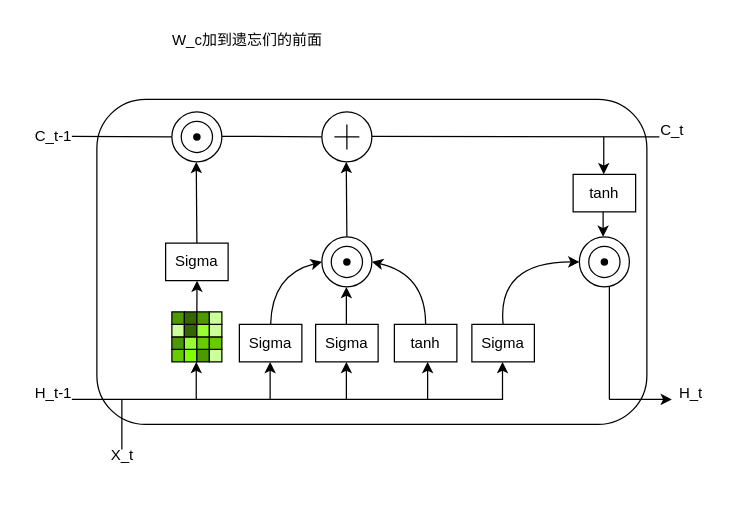
The draw.io diagram lstm.drawio in hzb29/hzb29, before the edit. Source tidied: cells renumbered, new cells numbered last; positions are measured from the earlier drawing's top-left corner, leaving out a move shared by most shapes. Both pictures are drawn from the tidied source at 125%, with x=0, y=0 at pixel (21, 21).
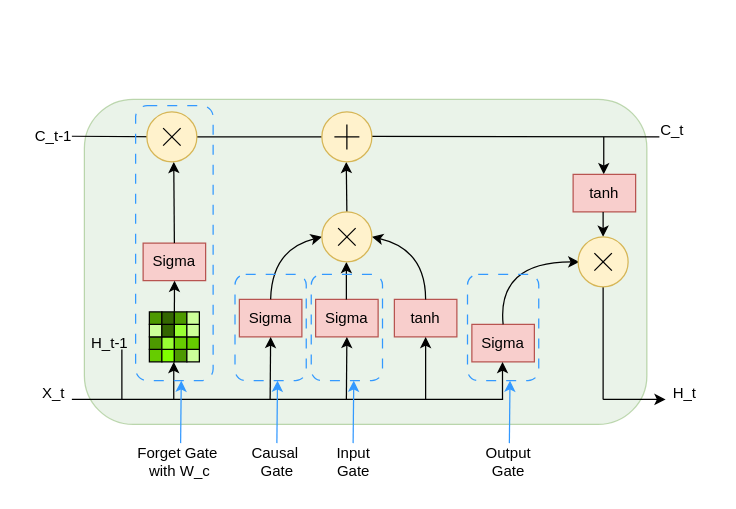
The same diagram, later.

The change refers to these unchanged cells:
```xml
<mxCell id="62" style="whiteSpace=wrap;html=1;fillColor=#4D9900;" parent="47" vertex="1">
  <mxGeometry x="20" width="10" height="10" as="geometry" />
</mxCell>
```

The edit, as a diff of the source:
```diff
@@
-    <mxCell id="2" style="rounded=1;whiteSpace=wrap;html=1;" parent="1" vertex="1">
-      <mxGeometry x="60" y="62" width="440" height="260" as="geometry" />
+    <mxCell id="2" style="rounded=1;whiteSpace=wrap;html=1;fillColor=#d5e8d4;strokeColor=#82b366;opacity=50;" parent="1" vertex="1">
+      <mxGeometry x="50" y="62" width="450" height="260" as="geometry" />
     </mxCell>
-    <mxCell id="3" style="group;" parent="1" vertex="1">
-      <mxGeometry x="120" y="72" width="40" height="40" as="geometry" />
-    </mxCell>
-    <mxCell id="4" style="ellipse;whiteSpace=wrap;html=1;" parent="3" vertex="1">
-      <mxGeometry width="40" height="40" as="geometry" />
-    </mxCell>
-    <mxCell id="5" style="ellipse;whiteSpace=wrap;html=1;" parent="3" vertex="1">
-      <mxGeometry x="7.5" y="7.5" width="25" height="25" as="geometry" />
-    </mxCell>
-    <mxCell id="6" style="shape=waypoint;sketch=0;size=6;fillColor=none;perimeter=centerPerimeter;" parent="3" vertex="1">
-      <mxGeometry x="10" y="10" width="20" height="20" as="geometry" />
-    </mxCell>
     <mxCell id="7" style="endArrow=none;html=1;rounded=0;" parent="1" edge="1">
       <mxGeometry relative="1" as="geometry">
-        <mxPoint x="160" y="91.5" as="sourcePoint" />
+        <mxPoint x="140" y="92" as="sourcePoint" />
         <mxPoint x="240" y="92" as="targetPoint" />
       </mxGeometry>
     </mxCell>
-    <mxCell id="8" style="group;" parent="1" vertex="1">
-      <mxGeometry x="240" y="72" width="40" height="40" as="geometry" />
-    </mxCell>
-    <mxCell id="9" style="ellipse;whiteSpace=wrap;html=1;" parent="8" vertex="1">
-      <mxGeometry width="40" height="40" as="geometry" />
-    </mxCell>
-    <mxCell id="10" style="group;strokeWidth=2;" parent="8" vertex="1">
-      <mxGeometry x="10" y="10" width="20" height="20" as="geometry" />
-    </mxCell>
-    <mxCell id="11" style="endArrow=none;dashed=1;html=1;rounded=0;" parent="10" edge="1">
-      <mxGeometry relative="1" as="geometry">
-        <mxPoint y="10" as="sourcePoint" />
-        <mxPoint y="10" as="targetPoint" />
-      </mxGeometry>
-    </mxCell>
-    <mxCell id="12" style="endArrow=none;html=1;rounded=0;" parent="10" edge="1">
-      <mxGeometry relative="1" as="geometry">
-        <mxPoint y="10" as="sourcePoint" />
-        <mxPoint x="20" y="10" as="targetPoint" />
-      </mxGeometry>
-    </mxCell>
-    <mxCell id="13" style="endArrow=none;html=1;rounded=0;" parent="10" edge="1">
-      <mxGeometry relative="1" as="geometry">
-        <mxPoint x="10" y="20" as="sourcePoint" />
-        <mxPoint x="10" as="targetPoint" />
-      </mxGeometry>
-    </mxCell>
@@
-    <mxCell id="15" value="Sigma" style="rounded=0;whiteSpace=wrap;html=1;" parent="1" vertex="1">
-      <mxGeometry x="115" y="177" width="50" height="30" as="geometry" />
+    <mxCell id="15" value="Sigma" style="rounded=0;whiteSpace=wrap;html=1;fillColor=#f8cecc;strokeColor=#b85450;" parent="1" vertex="1">
+      <mxGeometry x="97" y="177" width="50" height="30" as="geometry" />
     </mxCell>
-    <mxCell id="16" value="Sigma" style="rounded=0;whiteSpace=wrap;html=1;" parent="1" vertex="1">
-      <mxGeometry x="235" y="242" width="50" height="30" as="geometry" />
+    <mxCell id="16" value="Sigma" style="rounded=0;whiteSpace=wrap;html=1;fillColor=#f8cecc;strokeColor=#b85450;" parent="1" vertex="1">
+      <mxGeometry x="235" y="222" width="50" height="30" as="geometry" />
     </mxCell>
-    <mxCell id="17" value="Sigma" style="rounded=0;whiteSpace=wrap;html=1;" parent="1" vertex="1">
+    <mxCell id="17" value="Sigma" style="rounded=0;whiteSpace=wrap;html=1;fillColor=#f8cecc;strokeColor=#b85450;" parent="1" vertex="1">
       <mxGeometry x="360" y="242" width="50" height="30" as="geometry" />
     </mxCell>
-    <mxCell id="18" value="tanh" style="rounded=0;whiteSpace=wrap;html=1;" parent="1" vertex="1">
-      <mxGeometry x="298" y="242" width="50" height="30" as="geometry" />
+    <mxCell id="18" value="tanh" style="rounded=0;whiteSpace=wrap;html=1;fillColor=#f8cecc;strokeColor=#b85450;" parent="1" vertex="1">
+      <mxGeometry x="298" y="222" width="50" height="30" as="geometry" />
     </mxCell>
     <mxCell id="19" style="endArrow=classic;html=1;rounded=0;exitX=0.5;exitY=0;exitDx=0;exitDy=0;" parent="1" edge="1" source="15">
       <mxGeometry relative="1" as="geometry">
-        <mxPoint x="139.5" y="112" as="targetPoint" />
+        <mxPoint x="121.5" y="112" as="targetPoint" />
       </mxGeometry>
     </mxCell>
-    <mxCell id="20" style="group;" parent="1" vertex="1">
-      <mxGeometry x="240" y="172" width="40" height="40" as="geometry" />
-    </mxCell>
-    <mxCell id="21" style="ellipse;whiteSpace=wrap;html=1;" parent="20" vertex="1">
-      <mxGeometry width="40" height="40" as="geometry" />
-    </mxCell>
-    <mxCell id="22" style="ellipse;whiteSpace=wrap;html=1;" parent="20" vertex="1">
-      <mxGeometry x="7.5" y="7.5" width="25" height="25" as="geometry" />
-    </mxCell>
-    <mxCell id="23" style="shape=waypoint;sketch=0;size=6;fillColor=none;perimeter=centerPerimeter;" parent="20" vertex="1">
-      <mxGeometry x="10" y="10" width="20" height="20" as="geometry" />
-    </mxCell>
-    <mxCell id="24" style="curved=1;endArrow=classic;html=1;rounded=0;exitX=0.5;exitY=0;exitDx=0;exitDy=0;" parent="1" edge="1" source="18">
+    <mxCell id="24" style="curved=1;endArrow=classic;html=1;rounded=0;exitX=0.5;exitY=0;exitDx=0;exitDy=0;entryX=1;entryY=0.5;entryDx=0;entryDy=0;" parent="1" edge="1" source="18">
       <mxGeometry relative="1" as="geometry">
-        <mxPoint x="280" y="192" as="targetPoint" />
+        <mxPoint x="280" y="172" as="targetPoint" />
         <Array as="points">
-          <mxPoint x="323" y="202" />
+          <mxPoint x="323" y="182" />
         </Array>
       </mxGeometry>
     </mxCell>
-    <mxCell id="25" style="endArrow=classic;html=1;rounded=0;exitX=0.5;exitY=0;exitDx=0;exitDy=0;" parent="1" edge="1" source="21">
+    <mxCell id="25" style="endArrow=classic;html=1;rounded=0;" parent="1" edge="1">
       <mxGeometry relative="1" as="geometry">
+        <mxPoint x="260" y="152" as="sourcePoint" />
         <mxPoint x="259.5" y="112" as="targetPoint" />
       </mxGeometry>
     </mxCell>
@@
-    <mxCell id="27" value="tanh" style="rounded=0;whiteSpace=wrap;html=1;" parent="1" vertex="1">
+    <mxCell id="27" value="tanh" style="rounded=0;whiteSpace=wrap;html=1;fillColor=#f8cecc;strokeColor=#b85450;" parent="1" vertex="1">
       <mxGeometry x="441" y="122" width="50" height="30" as="geometry" />
     </mxCell>
-    <mxCell id="28" style="group;" parent="1" vertex="1">
-      <mxGeometry x="446" y="172" width="40" height="40" as="geometry" />
-    </mxCell>
-    <mxCell id="29" style="ellipse;whiteSpace=wrap;html=1;" parent="28" vertex="1">
-      <mxGeometry width="40" height="40" as="geometry" />
-    </mxCell>
-    <mxCell id="30" style="ellipse;whiteSpace=wrap;html=1;" parent="28" vertex="1">
-      <mxGeometry x="7.5" y="7.5" width="25" height="25" as="geometry" />
-    </mxCell>
-    <mxCell id="31" style="shape=waypoint;sketch=0;size=6;fillColor=none;perimeter=centerPerimeter;" parent="28" vertex="1">
-      <mxGeometry x="10" y="10" width="20" height="20" as="geometry" />
-    </mxCell>
-    <mxCell id="32" style="curved=1;endArrow=classic;html=1;rounded=0;entryX=0;entryY=0.5;entryDx=0;entryDy=0;exitX=0.5;exitY=0;exitDx=0;exitDy=0;" parent="1" edge="1" source="17" target="29">
+    <mxCell id="32" style="curved=1;endArrow=classic;html=1;rounded=0;entryX=0;entryY=0.5;entryDx=0;entryDy=0;exitX=0.5;exitY=0;exitDx=0;exitDy=0;" parent="1" edge="1" source="17">
       <mxGeometry relative="1" as="geometry">
+        <mxPoint x="446" y="192" as="targetPoint" />
         <Array as="points">
           <mxPoint x="380" y="192" />
         </Array>
       </mxGeometry>
     </mxCell>
@@
     <mxCell id="34" style="endArrow=none;html=1;rounded=0;" parent="1" edge="1">
       <mxGeometry relative="1" as="geometry">
-        <mxPoint x="470" y="302" as="sourcePoint" />
-        <mxPoint x="470" y="212" as="targetPoint" />
+        <mxPoint x="465" y="302" as="sourcePoint" />
+        <mxPoint x="465" y="212" as="targetPoint" />
       </mxGeometry>
     </mxCell>
@@
-    <mxCell id="36" style="endArrow=classic;html=1;rounded=0;" parent="1" edge="1">
+    <mxCell id="36" style="endArrow=classic;html=1;rounded=0;fillColor=#f8cecc;strokeColor=#000000;" parent="1" edge="1">
       <mxGeometry relative="1" as="geometry">
         <mxPoint x="384.5" y="302" as="sourcePoint" />
         <mxPoint x="384.5" y="272" as="targetPoint" />
       </mxGeometry>
     </mxCell>
-    <mxCell id="37" style="endArrow=classic;html=1;rounded=0;" parent="1" edge="1">
+    <mxCell id="37" style="endArrow=classic;html=1;rounded=0;entryX=0.5;entryY=1;entryDx=0;entryDy=0;" parent="1" edge="1" target="18">
       <mxGeometry relative="1" as="geometry">
-        <mxPoint x="324.6" y="302" as="sourcePoint" />
-        <mxPoint x="324.6" y="272" as="targetPoint" />
+        <mxPoint x="323" y="302" as="sourcePoint" />
       </mxGeometry>
     </mxCell>
-    <mxCell id="38" style="endArrow=classic;html=1;rounded=0;" parent="1" edge="1">
+    <mxCell id="38" style="endArrow=classic;html=1;rounded=0;entryX=0.5;entryY=1;entryDx=0;entryDy=0;fillColor=#f8cecc;strokeColor=#000000;" parent="1" edge="1" target="16">
       <mxGeometry relative="1" as="geometry">
         <mxPoint x="259.6" y="302" as="sourcePoint" />
-        <mxPoint x="259.6" y="272" as="targetPoint" />
       </mxGeometry>
     </mxCell>
     <mxCell id="39" style="endArrow=classic;html=1;rounded=0;" parent="1" edge="1">
       <mxGeometry relative="1" as="geometry">
-        <mxPoint x="139.5" y="302" as="sourcePoint" />
-        <mxPoint x="139.5" y="272" as="targetPoint" />
+        <mxPoint x="121.5" y="302" as="sourcePoint" />
+        <mxPoint x="121.5" y="272" as="targetPoint" />
       </mxGeometry>
     </mxCell>
     <mxCell id="40" style="endArrow=none;html=1;rounded=0;" parent="1" edge="1">
       <mxGeometry relative="1" as="geometry">
-        <mxPoint x="80" y="342" as="sourcePoint" />
-        <mxPoint x="80" y="302" as="targetPoint" />
+        <mxPoint x="80" y="302" as="sourcePoint" />
+        <mxPoint x="80" y="262" as="targetPoint" />
       </mxGeometry>
     </mxCell>
@@
     <mxCell id="43" value="H_t-1" style="text;html=1;align=center;verticalAlign=middle;strokeColor=none;fillColor=none;" parent="1" vertex="1">
-      <mxGeometry y="282" width="50" height="30" as="geometry" />
+      <mxGeometry x="45" y="242" width="50" height="30" as="geometry" />
     </mxCell>
     <mxCell id="44" value="H_t" style="text;html=1;align=center;verticalAlign=middle;points=[];strokeColor=none;fillColor=none;" parent="1" vertex="1">
-      <mxGeometry x="515" y="282" width="40" height="30" as="geometry" />
+      <mxGeometry x="510" y="282" width="40" height="30" as="geometry" />
     </mxCell>
-    <mxCell id="45" style="endArrow=classic;html=1;rounded=0;entryX=0.125;entryY=0.667;entryDx=0;entryDy=0;entryPerimeter=0;" parent="1" edge="1" target="44">
+    <mxCell id="45" style="endArrow=classic;html=1;rounded=0;entryX=0.125;entryY=0.667;entryDx=0;entryDy=0;entryPerimeter=0;" parent="1" edge="1">
       <mxGeometry relative="1" as="geometry">
-        <mxPoint x="470" y="302" as="sourcePoint" />
+        <mxPoint x="465" y="302" as="sourcePoint" />
+        <mxPoint x="515" y="302" as="targetPoint" />
       </mxGeometry>
     </mxCell>
     <mxCell id="46" value="X_t" style="text;html=1;align=center;verticalAlign=middle;strokeColor=none;fillColor=none;" parent="1" vertex="1">
-      <mxGeometry x="60" y="332" width="40" height="30" as="geometry" />
+      <mxGeometry x="5" y="282" width="40" height="30" as="geometry" />
     </mxCell>
     <mxCell id="47" style="group;" parent="1" vertex="1">
-      <mxGeometry x="120" y="232" width="40" height="40" as="geometry" />
+      <mxGeometry x="102" y="232" width="40" height="40" as="geometry" />
     </mxCell>
@@
+    <mxCell id="71" style="rounded=1;whiteSpace=wrap;html=1;dashed=1;dashPattern=8 8;fillColor=none;strokeColor=#3399FF;" parent="1" vertex="1">
+      <mxGeometry x="91" y="67" width="62" height="220" as="geometry" />
+    </mxCell>
@@
-    <mxCell id="65" value="W_c加到遗忘们的前面" style="text;html=1;align=center;verticalAlign=middle;strokeColor=none;fillColor=none;" parent="1" vertex="1">
-      <mxGeometry x="110" width="140" height="30" as="geometry" />
-    </mxCell>
-    <mxCell id="66" value="Sigma" style="rounded=0;whiteSpace=wrap;html=1;" parent="1" vertex="1">
-      <mxGeometry x="174" y="242" width="50" height="30" as="geometry" />
+    <mxCell id="66" value="Sigma" style="rounded=0;whiteSpace=wrap;html=1;fillColor=#f8cecc;strokeColor=#b85450;" parent="1" vertex="1">
+      <mxGeometry x="174" y="222" width="50" height="30" as="geometry" />
     </mxCell>
     <mxCell id="67" style="endArrow=classic;html=1;rounded=0;" parent="1" edge="1">
       <mxGeometry relative="1" as="geometry">
-        <mxPoint x="259.6" y="242" as="sourcePoint" />
-        <mxPoint x="259.6" y="212" as="targetPoint" />
+        <mxPoint x="259.6" y="222" as="sourcePoint" />
+        <mxPoint x="259.6" y="192" as="targetPoint" />
       </mxGeometry>
     </mxCell>
-    <mxCell id="68" style="endArrow=classic;html=1;rounded=0;" parent="1" edge="1">
+    <mxCell id="68" style="endArrow=classic;html=1;rounded=0;entryX=0.5;entryY=1;entryDx=0;entryDy=0;fillColor=#f8cecc;strokeColor=#000000;" parent="1" edge="1" target="66">
       <mxGeometry relative="1" as="geometry">
         <mxPoint x="198.6" y="302" as="sourcePoint" />
-        <mxPoint x="198.6" y="272" as="targetPoint" />
       </mxGeometry>
     </mxCell>
     <mxCell id="69" style="curved=1;endArrow=classic;html=1;rounded=0;exitX=0.5;exitY=0;exitDx=0;exitDy=0;" parent="1" edge="1" source="66">
       <mxGeometry relative="1" as="geometry">
-        <mxPoint x="240" y="192" as="targetPoint" />
+        <mxPoint x="240" y="172" as="targetPoint" />
         <Array as="points">
-          <mxPoint x="200" y="202" />
+          <mxPoint x="200" y="182" />
         </Array>
       </mxGeometry>
     </mxCell>
     <mxCell id="70" style="endArrow=classic;html=1;rounded=0;exitX=0;exitY=0;exitDx=0;exitDy=0;" parent="1" edge="1" source="62">
       <mxGeometry relative="1" as="geometry">
-        <mxPoint x="140.1" y="207" as="targetPoint" />
+        <mxPoint x="122.1" y="207" as="targetPoint" />
       </mxGeometry>
     </mxCell>
+    <mxCell id="72" style="rounded=1;whiteSpace=wrap;html=1;dashed=1;dashPattern=8 8;fillColor=none;strokeColor=#3399FF;" parent="1" vertex="1">
+      <mxGeometry x="170.5" y="202" width="57" height="85" as="geometry" />
+    </mxCell>
+    <mxCell id="73" style="rounded=1;whiteSpace=wrap;html=1;dashed=1;dashPattern=8 8;fillColor=none;strokeColor=#3399FF;" parent="1" vertex="1">
+      <mxGeometry x="231.5" y="202" width="57" height="85" as="geometry" />
+    </mxCell>
+    <mxCell id="74" style="rounded=1;whiteSpace=wrap;html=1;dashed=1;dashPattern=8 8;fillColor=none;strokeColor=#3399FF;" parent="1" vertex="1">
+      <mxGeometry x="356.5" y="202" width="57" height="85" as="geometry" />
+    </mxCell>
+    <mxCell id="75" style="endArrow=classic;html=1;rounded=0;strokeColor=#3399FF;" parent="1" edge="1">
+      <mxGeometry relative="1" as="geometry">
+        <mxPoint x="390" y="337" as="sourcePoint" />
+        <mxPoint x="390.5" y="287" as="targetPoint" />
+      </mxGeometry>
+    </mxCell>
+    <mxCell id="76" style="endArrow=classic;html=1;rounded=0;strokeColor=#3399FF;" parent="1" edge="1">
+      <mxGeometry relative="1" as="geometry">
+        <mxPoint x="265" y="337" as="sourcePoint" />
+        <mxPoint x="265.5" y="287" as="targetPoint" />
+      </mxGeometry>
+    </mxCell>
+    <mxCell id="77" style="endArrow=classic;html=1;rounded=0;strokeColor=#3399FF;" parent="1" edge="1">
+      <mxGeometry relative="1" as="geometry">
+        <mxPoint x="204" y="337" as="sourcePoint" />
+        <mxPoint x="204.5" y="287" as="targetPoint" />
+      </mxGeometry>
+    </mxCell>
+    <mxCell id="78" style="endArrow=classic;html=1;rounded=0;strokeColor=#3399FF;" parent="1" edge="1">
+      <mxGeometry relative="1" as="geometry">
+        <mxPoint x="127" y="337" as="sourcePoint" />
+        <mxPoint x="127.5" y="287" as="targetPoint" />
+      </mxGeometry>
+    </mxCell>
+    <mxCell id="79" value="Forget Gate&amp;nbsp;&lt;div&gt;with W_c&lt;/div&gt;" style="text;html=1;align=center;verticalAlign=middle;strokeColor=none;fillColor=none;" parent="1" vertex="1">
+      <mxGeometry x="80.5" y="332" width="90" height="40" as="geometry" />
+    </mxCell>
+    <mxCell id="80" value="Causal&amp;nbsp;&lt;div&gt;Gate&lt;/div&gt;" style="text;html=1;align=center;verticalAlign=middle;strokeColor=none;fillColor=none;" parent="1" vertex="1">
+      <mxGeometry x="174" y="332" width="60" height="40" as="geometry" />
+    </mxCell>
+    <mxCell id="81" value="Input&lt;br&gt;&lt;div&gt;Gate&lt;/div&gt;" style="text;html=1;align=center;verticalAlign=middle;strokeColor=none;fillColor=none;" parent="1" vertex="1">
+      <mxGeometry x="240" y="332" width="50" height="40" as="geometry" />
+    </mxCell>
+    <mxCell id="82" value="Output&lt;br&gt;&lt;div&gt;Gate&lt;/div&gt;" style="text;html=1;align=center;verticalAlign=middle;strokeColor=none;fillColor=none;" parent="1" vertex="1">
+      <mxGeometry x="358.5" y="332" width="60" height="40" as="geometry" />
+    </mxCell>
+    <mxCell id="9" style="ellipse;whiteSpace=wrap;html=1;fillColor=#fff2cc;strokeColor=#d6b656;" parent="1" vertex="1">
+      <mxGeometry x="240" y="72" width="40" height="40" as="geometry" />
+    </mxCell>
+    <mxCell id="10" style="group;strokeWidth=2;" parent="1" vertex="1">
+      <mxGeometry x="250" y="82" width="20" height="20" as="geometry" />
+    </mxCell>
+    <mxCell id="11" style="endArrow=none;dashed=1;html=1;rounded=0;" parent="10" edge="1">
+      <mxGeometry relative="1" as="geometry">
+        <mxPoint y="10" as="sourcePoint" />
+        <mxPoint y="10" as="targetPoint" />
+      </mxGeometry>
+    </mxCell>
+    <mxCell id="12" style="endArrow=none;html=1;rounded=0;" parent="10" edge="1">
+      <mxGeometry relative="1" as="geometry">
+        <mxPoint y="10" as="sourcePoint" />
+        <mxPoint x="20" y="10" as="targetPoint" />
+      </mxGeometry>
+    </mxCell>
+    <mxCell id="13" style="endArrow=none;html=1;rounded=0;" parent="10" edge="1">
+      <mxGeometry relative="1" as="geometry">
+        <mxPoint x="10" y="20" as="sourcePoint" />
+        <mxPoint x="10" as="targetPoint" />
+      </mxGeometry>
+    </mxCell>
+    <mxCell id="83" style="group;" parent="1" vertex="1">
+      <mxGeometry x="445" y="172" width="40" height="40" as="geometry" />
+    </mxCell>
+    <mxCell id="84" style="ellipse;whiteSpace=wrap;html=1;fillColor=#fff2cc;strokeColor=#d6b656;" parent="83" vertex="1">
+      <mxGeometry width="40" height="40" as="geometry" />
+    </mxCell>
+    <mxCell id="85" style="group;strokeWidth=2;rotation=45;" parent="83" vertex="1">
+      <mxGeometry x="10" y="10" width="20" height="20" as="geometry" />
+    </mxCell>
+    <mxCell id="86" style="endArrow=none;dashed=1;html=1;rounded=0;" parent="85" edge="1">
+      <mxGeometry relative="1" as="geometry">
+        <mxPoint x="3" y="3" as="sourcePoint" />
+        <mxPoint x="3" y="3" as="targetPoint" />
+      </mxGeometry>
+    </mxCell>
+    <mxCell id="87" style="endArrow=none;html=1;rounded=0;" parent="85" edge="1">
+      <mxGeometry relative="1" as="geometry">
+        <mxPoint x="3" y="3" as="sourcePoint" />
+        <mxPoint x="17" y="17" as="targetPoint" />
+      </mxGeometry>
+    </mxCell>
+    <mxCell id="88" style="endArrow=none;html=1;rounded=0;" parent="85" edge="1">
+      <mxGeometry relative="1" as="geometry">
+        <mxPoint x="3" y="17" as="sourcePoint" />
+        <mxPoint x="17" y="3" as="targetPoint" />
+      </mxGeometry>
+    </mxCell>
+    <mxCell id="89" style="group;" parent="1" vertex="1">
+      <mxGeometry x="240" y="152" width="40" height="40" as="geometry" />
+    </mxCell>
+    <mxCell id="90" style="ellipse;whiteSpace=wrap;html=1;fillColor=#fff2cc;strokeColor=#d6b656;" parent="89" vertex="1">
+      <mxGeometry width="40" height="40" as="geometry" />
+    </mxCell>
+    <mxCell id="91" style="group;strokeWidth=2;rotation=45;" parent="89" vertex="1">
+      <mxGeometry x="10" y="10" width="20" height="20" as="geometry" />
+    </mxCell>
+    <mxCell id="92" style="endArrow=none;dashed=1;html=1;rounded=0;" parent="91" edge="1">
+      <mxGeometry relative="1" as="geometry">
+        <mxPoint x="3" y="3" as="sourcePoint" />
+        <mxPoint x="3" y="3" as="targetPoint" />
+      </mxGeometry>
+    </mxCell>
+    <mxCell id="93" style="endArrow=none;html=1;rounded=0;" parent="91" edge="1">
+      <mxGeometry relative="1" as="geometry">
+        <mxPoint x="3" y="3" as="sourcePoint" />
+        <mxPoint x="17" y="17" as="targetPoint" />
+      </mxGeometry>
+    </mxCell>
+    <mxCell id="94" style="endArrow=none;html=1;rounded=0;" parent="91" edge="1">
+      <mxGeometry relative="1" as="geometry">
+        <mxPoint x="3" y="17" as="sourcePoint" />
+        <mxPoint x="17" y="3" as="targetPoint" />
+      </mxGeometry>
+    </mxCell>
+    <mxCell id="95" style="group;" parent="1" vertex="1">
+      <mxGeometry x="100" y="72" width="40" height="40" as="geometry" />
+    </mxCell>
+    <mxCell id="96" style="ellipse;whiteSpace=wrap;html=1;fillColor=#fff2cc;strokeColor=#d6b656;" parent="95" vertex="1">
+      <mxGeometry width="40" height="40" as="geometry" />
+    </mxCell>
+    <mxCell id="97" style="group;strokeWidth=2;rotation=45;" parent="95" vertex="1">
+      <mxGeometry x="10" y="10" width="20" height="20" as="geometry" />
+    </mxCell>
+    <mxCell id="98" style="endArrow=none;dashed=1;html=1;rounded=0;" parent="97" edge="1">
+      <mxGeometry relative="1" as="geometry">
+        <mxPoint x="3" y="3" as="sourcePoint" />
+        <mxPoint x="3" y="3" as="targetPoint" />
+      </mxGeometry>
+    </mxCell>
+    <mxCell id="99" style="endArrow=none;html=1;rounded=0;" parent="97" edge="1">
+      <mxGeometry relative="1" as="geometry">
+        <mxPoint x="3" y="3" as="sourcePoint" />
+        <mxPoint x="17" y="17" as="targetPoint" />
+      </mxGeometry>
+    </mxCell>
+    <mxCell id="100" style="endArrow=none;html=1;rounded=0;" parent="97" edge="1">
+      <mxGeometry relative="1" as="geometry">
+        <mxPoint x="3" y="17" as="sourcePoint" />
+        <mxPoint x="17" y="3" as="targetPoint" />
+      </mxGeometry>
+    </mxCell>
```
